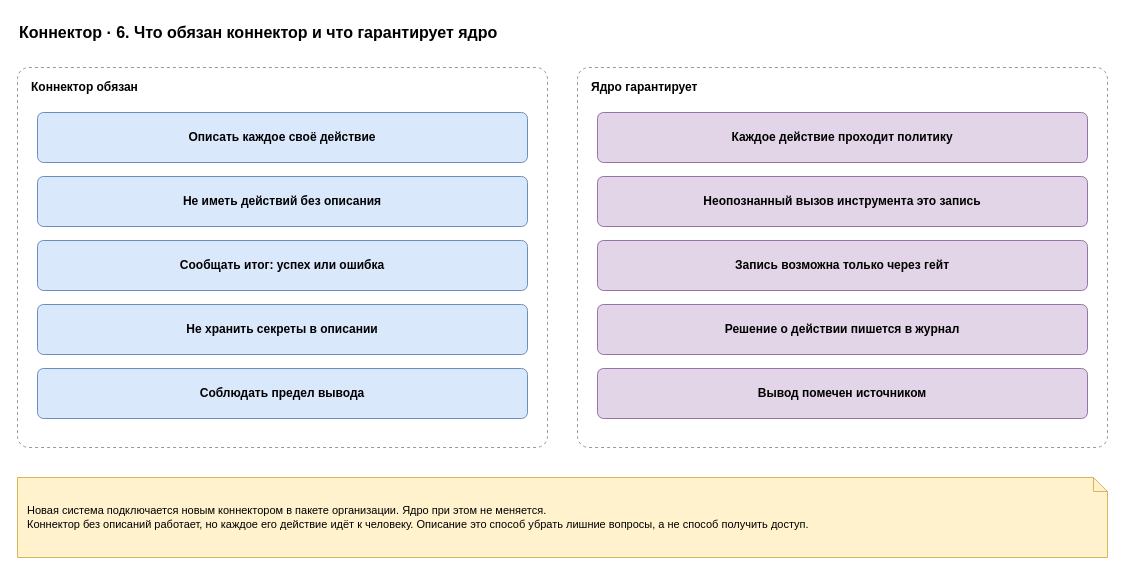
Before: page "6. Обязательства" (6 of 6) of docs/spec/harness-connector.drawio in roygkov/reins, a draw.io diagram. Source tidied: cells renumbered, new cells numbered last; positions are measured from the earlier drawing's top-left corner, leaving out a move shared by most shapes. Both pictures are drawn from the tidied source at 100%, with x=0, y=0 at pixel (17, 17).
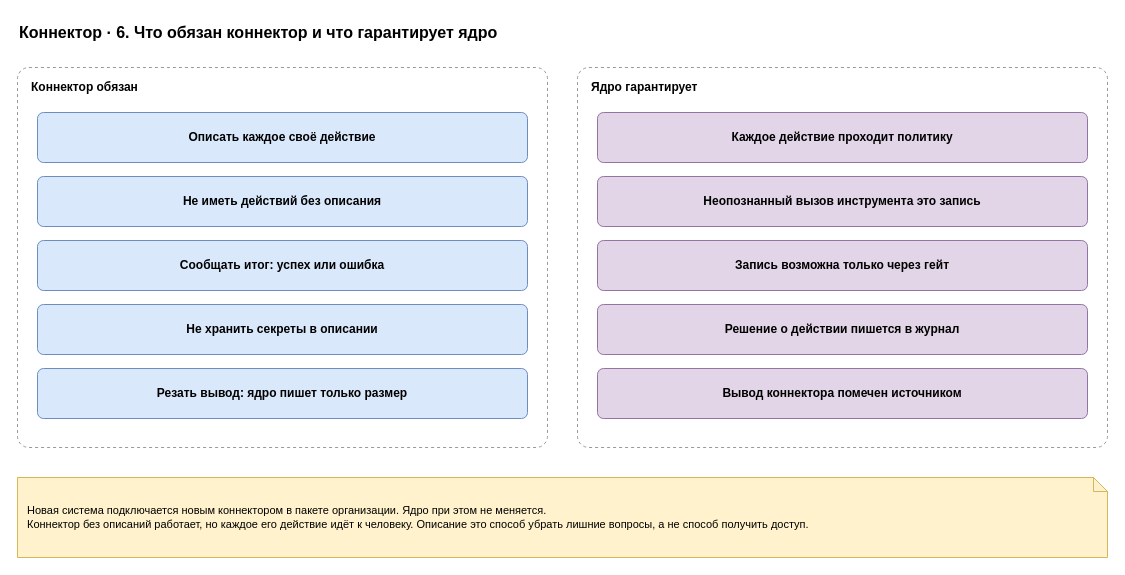
After the change.

The edit, as a diff of the source:
```diff
@@
 <mxGraphModel>
   <root>
     <mxCell id="0" />
     <mxCell id="1" parent="0" />
     <mxCell id="2" value="Коннектор · 6. Что обязан коннектор и что гарантирует ядро" style="text;html=1;align=left;verticalAlign=middle;whiteSpace=wrap;fontSize=16;strokeColor=none;fillColor=none;fontStyle=1;" parent="1" vertex="1">
       <mxGeometry width="900" height="30" as="geometry" />
     </mxCell>
     <mxCell id="3" value="&lt;b&gt;Коннектор обязан&lt;/b&gt;" style="rounded=1;whiteSpace=wrap;html=1;dashed=1;fillColor=none;strokeColor=#999999;verticalAlign=top;align=left;spacingLeft=12;spacingTop=6;arcSize=3;" parent="1" vertex="1">
       <mxGeometry y="50" width="530" height="380" as="geometry" />
     </mxCell>
     <mxCell id="4" value="&lt;b&gt;Описать каждое своё действие&lt;/b&gt;" style="rounded=1;whiteSpace=wrap;html=1;fillColor=#dae8fc;strokeColor=#6c8ebf;arcSize=12;" parent="1" vertex="1">
       <mxGeometry x="20" y="95" width="490" height="50" as="geometry" />
     </mxCell>
     <mxCell id="5" value="&lt;b&gt;Не иметь действий без описания&lt;/b&gt;" style="rounded=1;whiteSpace=wrap;html=1;fillColor=#dae8fc;strokeColor=#6c8ebf;arcSize=12;" parent="1" vertex="1">
       <mxGeometry x="20" y="159" width="490" height="50" as="geometry" />
     </mxCell>
     <mxCell id="6" value="&lt;b&gt;Сообщать итог: успех или ошибка&lt;/b&gt;" style="rounded=1;whiteSpace=wrap;html=1;fillColor=#dae8fc;strokeColor=#6c8ebf;arcSize=12;" parent="1" vertex="1">
       <mxGeometry x="20" y="223" width="490" height="50" as="geometry" />
     </mxCell>
     <mxCell id="7" value="&lt;b&gt;Не хранить секреты в описании&lt;/b&gt;" style="rounded=1;whiteSpace=wrap;html=1;fillColor=#dae8fc;strokeColor=#6c8ebf;arcSize=12;" parent="1" vertex="1">
       <mxGeometry x="20" y="287" width="490" height="50" as="geometry" />
     </mxCell>
-    <mxCell id="8" value="&lt;b&gt;Соблюдать предел вывода&lt;/b&gt;" style="rounded=1;whiteSpace=wrap;html=1;fillColor=#dae8fc;strokeColor=#6c8ebf;arcSize=12;" parent="1" vertex="1">
+    <mxCell id="8" value="&lt;b&gt;Резать вывод: ядро пишет только размер&lt;/b&gt;" style="rounded=1;whiteSpace=wrap;html=1;fillColor=#dae8fc;strokeColor=#6c8ebf;arcSize=12;" parent="1" vertex="1">
       <mxGeometry x="20" y="351" width="490" height="50" as="geometry" />
     </mxCell>
     <mxCell id="9" value="&lt;b&gt;Ядро гарантирует&lt;/b&gt;" style="rounded=1;whiteSpace=wrap;html=1;dashed=1;fillColor=none;strokeColor=#999999;verticalAlign=top;align=left;spacingLeft=12;spacingTop=6;arcSize=3;" parent="1" vertex="1">
       <mxGeometry x="560" y="50" width="530" height="380" as="geometry" />
     </mxCell>
     <mxCell id="10" value="&lt;b&gt;Каждое действие проходит политику&lt;/b&gt;" style="rounded=1;whiteSpace=wrap;html=1;fillColor=#e1d5e7;strokeColor=#9673a6;arcSize=12;" parent="1" vertex="1">
       <mxGeometry x="580" y="95" width="490" height="50" as="geometry" />
     </mxCell>
     <mxCell id="11" value="&lt;b&gt;Неопознанный вызов инструмента это запись&lt;/b&gt;" style="rounded=1;whiteSpace=wrap;html=1;fillColor=#e1d5e7;strokeColor=#9673a6;arcSize=12;" parent="1" vertex="1">
       <mxGeometry x="580" y="159" width="490" height="50" as="geometry" />
     </mxCell>
     <mxCell id="12" value="&lt;b&gt;Запись возможна только через гейт&lt;/b&gt;" style="rounded=1;whiteSpace=wrap;html=1;fillColor=#e1d5e7;strokeColor=#9673a6;arcSize=12;" parent="1" vertex="1">
       <mxGeometry x="580" y="223" width="490" height="50" as="geometry" />
     </mxCell>
     <mxCell id="13" value="&lt;b&gt;Решение о действии пишется в журнал&lt;/b&gt;" style="rounded=1;whiteSpace=wrap;html=1;fillColor=#e1d5e7;strokeColor=#9673a6;arcSize=12;" parent="1" vertex="1">
       <mxGeometry x="580" y="287" width="490" height="50" as="geometry" />
     </mxCell>
-    <mxCell id="14" value="&lt;b&gt;Вывод помечен источником&lt;/b&gt;" style="rounded=1;whiteSpace=wrap;html=1;fillColor=#e1d5e7;strokeColor=#9673a6;arcSize=12;" parent="1" vertex="1">
+    <mxCell id="14" value="&lt;b&gt;Вывод коннектора помечен источником&lt;/b&gt;" style="rounded=1;whiteSpace=wrap;html=1;fillColor=#e1d5e7;strokeColor=#9673a6;arcSize=12;" parent="1" vertex="1">
       <mxGeometry x="580" y="351" width="490" height="50" as="geometry" />
     </mxCell>
     <mxCell id="15" value="Новая система подключается новым коннектором в пакете организации. Ядро при этом не меняется.&lt;br&gt;Коннектор без описаний работает, но каждое его действие идёт к человеку. Описание это способ убрать лишние вопросы, а не способ получить доступ." style="shape=note;whiteSpace=wrap;html=1;backgroundOutline=1;size=14;fillColor=#fff2cc;strokeColor=#d6b656;align=left;spacingLeft=8;spacingRight=8;fontSize=11;" parent="1" vertex="1">
       <mxGeometry y="460" width="1090" height="80" as="geometry" />
     </mxCell>
   </root>
 </mxGraphModel>
```
